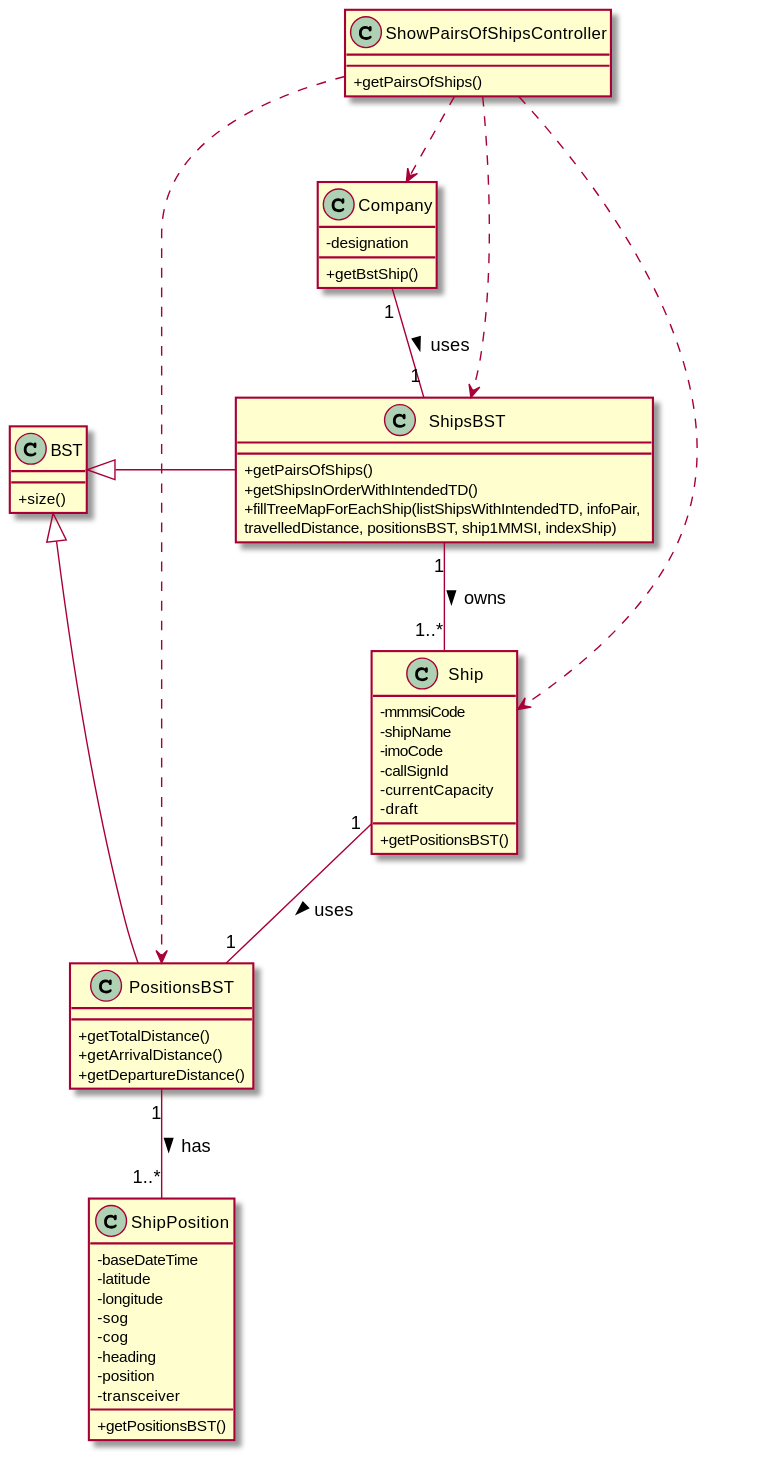
ana-albergaria/LAPR3-ISEP keeps this PlantUML diagram as docs/US107/US107_CD.svg. Above is the earlier version. The source it was exported from:
```plantuml
@startuml

skinparam classAttributeIconSize 0


class Ship {
    -mmmsiCode
    -shipName
    -imoCode
    -callSignId
    -currentCapacity /'added by us'/
    -draft
    +getPositionsBST()
}

class ShipPosition {
    -baseDateTime
    -latitude
    -longitude
    -sog
    -cog
    -heading
    -position
    -transceiver
    +getPositionsBST()
}

class ShipsBST {
    +getPairsOfShips()
    +getShipsInOrderWithIntendedTD()
    +fillTreeMapForEachShip(listShipsWithIntendedTD, infoPair, \ntravelledDistance, positionsBST, ship1MMSI, indexShip)
}

class PositionsBST {
    +getTotalDistance()
    +getArrivalDistance()
    +getDepartureDistance()
}


class ShowPairsOfShipsController {
    +getPairsOfShips()
}

class Company {
    -designation
    +getBstShip()
}

class BST {
+size()
}


Company "1" -- "1" ShipsBST : uses >
ShipsBST "1" -- "1..*" Ship : owns >
Ship "1" -- "1" PositionsBST : uses >
PositionsBST "1" -- "1..*" ShipPosition : has >
ShowPairsOfShipsController ..> Company
ShowPairsOfShipsController ..> ShipsBST
ShowPairsOfShipsController ..> Ship
ShowPairsOfShipsController ..> PositionsBST

BST <|- PositionsBST
BST <|- ShipsBST

@enduml
```
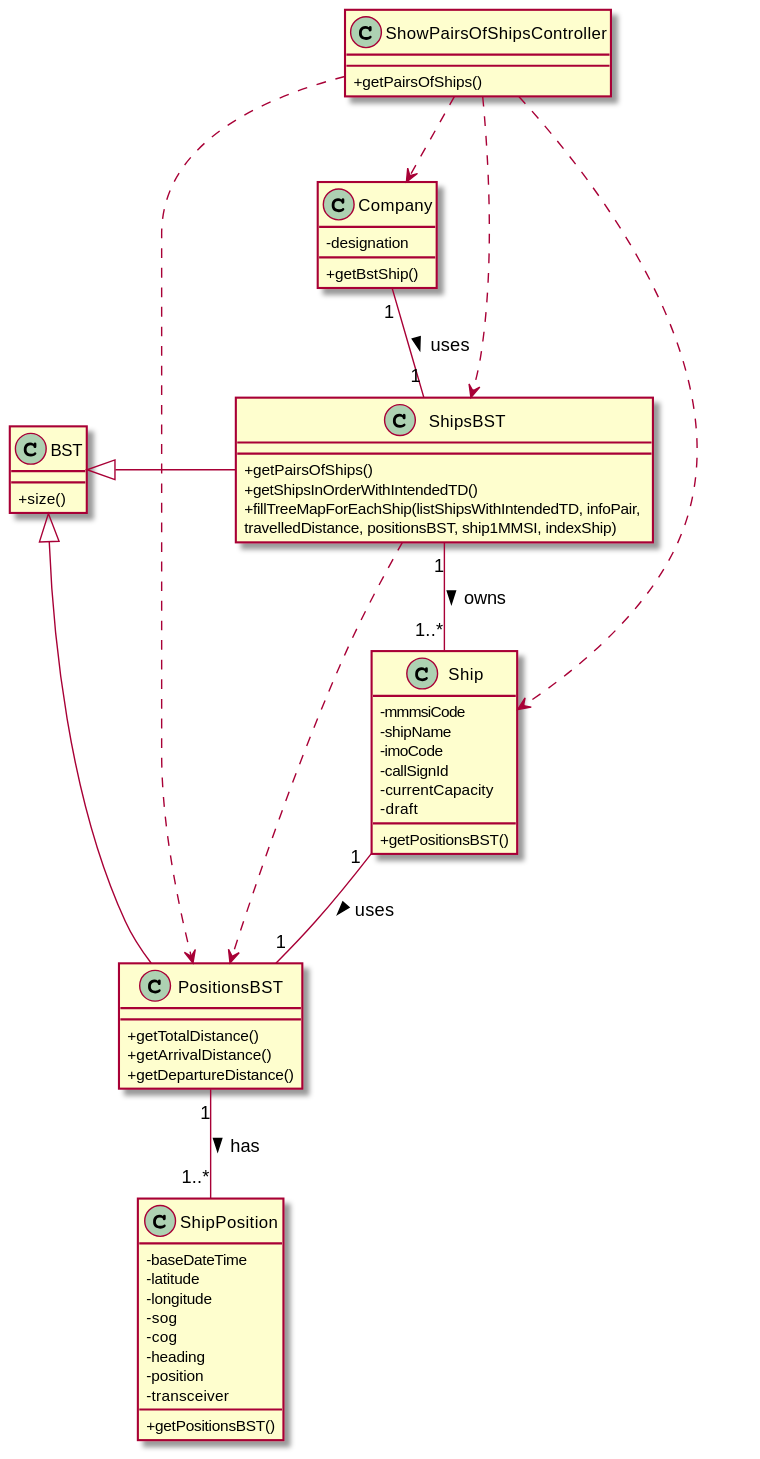
After the change.

Commit message:
G54-3 G54-7 Correcting CD Diagram

The edit, as a diff of the source:
```diff
@@ -60,6 +60,7 @@
 ShowPairsOfShipsController ..> ShipsBST
 ShowPairsOfShipsController ..> Ship
 ShowPairsOfShipsController ..> PositionsBST
+ShipsBST ..> PositionsBST
 
 BST <|- PositionsBST
 BST <|- ShipsBST
```
